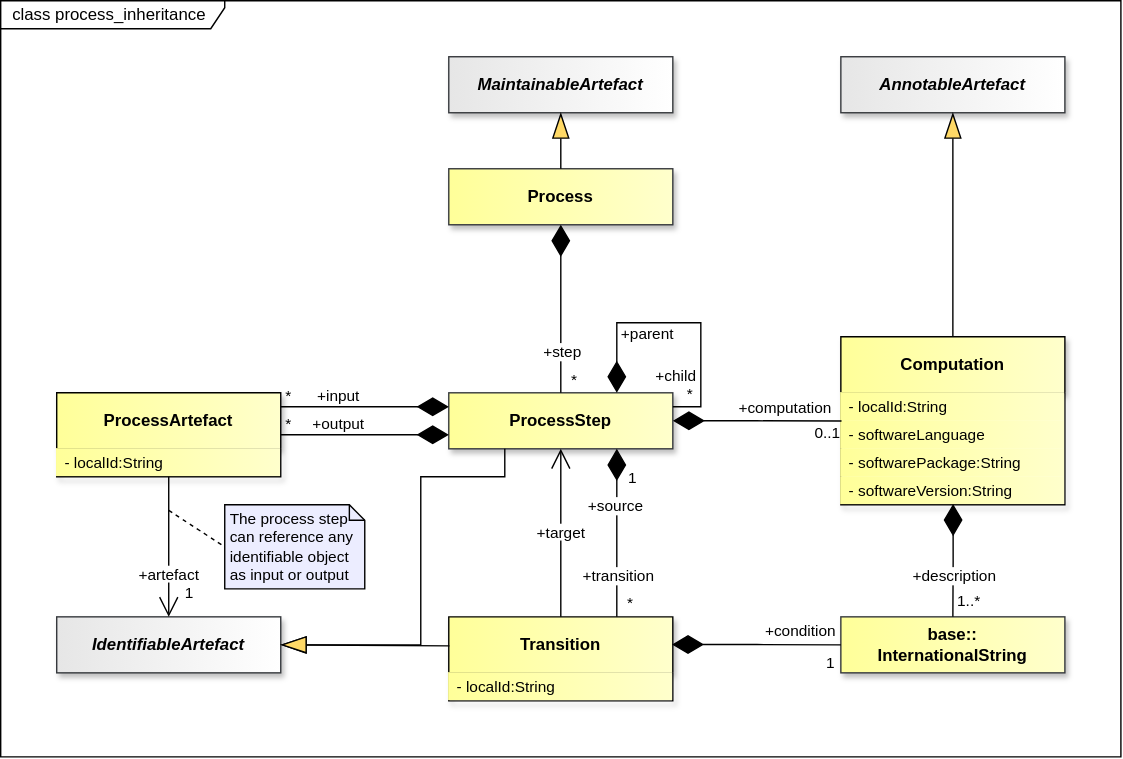
sdmx-twg/sdmx-im keeps this draw.io diagram as docs/information_model/media/sdmx_process-process_inheritance.svg. Above is the earlier version. Source tidied: cells renumbered, new cells last; positions are measured from the earlier drawing's top-left corner, leaving out a move shared by most shapes.
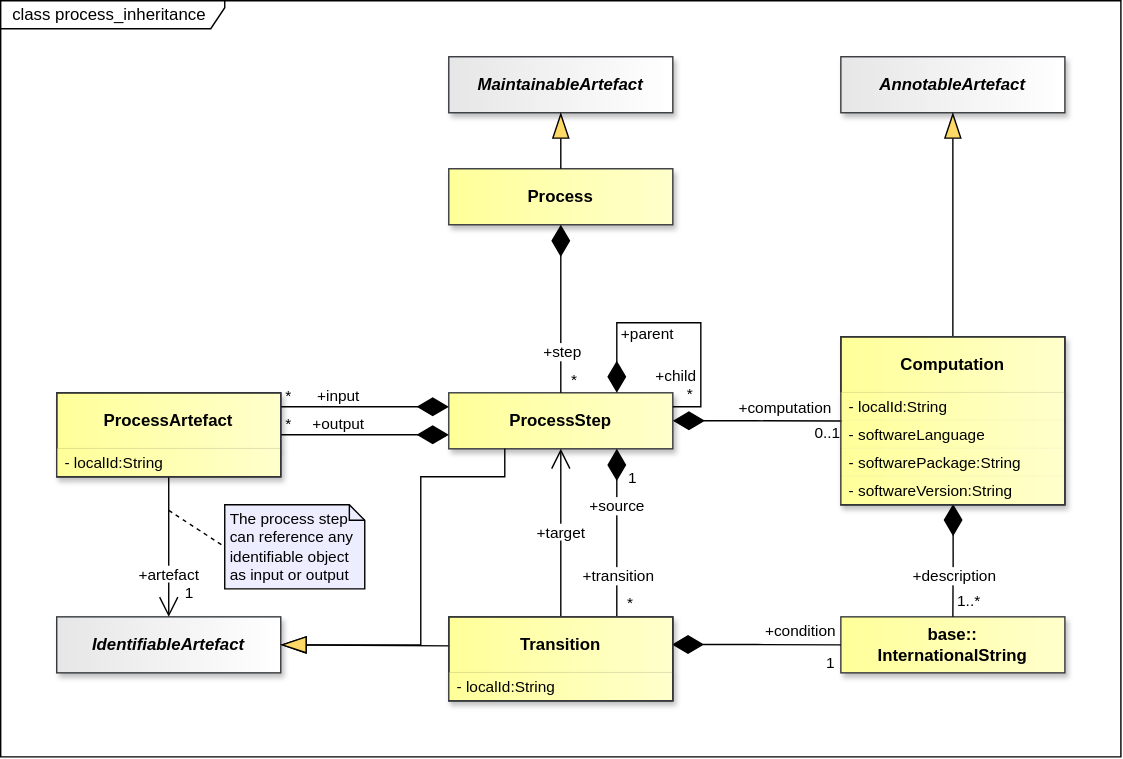
After the change.

What changed in the source:
```diff
@@ -62,28 +62,28 @@
     <mxCell id="21" value="ProcessArtefact" style="swimlane;fontStyle=1;align=center;verticalAlign=middle;horizontal=1;startSize=40;whiteSpace=wrap;html=1;fillColor=light-dark(#FFFF99,#FFFF99);strokeColor=light-dark(#000000,#000000);gradientDirection=east;swimlaneLine=1;fontColor=light-dark(#000000,#000000);labelBackgroundColor=none;textShadow=0;gradientColor=light-dark(#FFFFCC,#FFFFCC);shadow=1;" parent="1" vertex="1">
       <mxGeometry x="40" y="280" width="160" height="60" as="geometry" />
     </mxCell>
-    <mxCell id="22" value="- localId:String" style="text;strokeColor=none;fillColor=light-dark(#FFFF99,#FFFF99);align=left;verticalAlign=middle;spacingLeft=4;spacingRight=4;overflow=hidden;whiteSpace=wrap;html=1;fontFamily=Helvetica;fontSize=11;fontColor=light-dark(#000000,#000000);gradientColor=light-dark(#FFFFCC,#FFFFCC);gradientDirection=east;" parent="21" vertex="1">
+    <mxCell id="22" value="- localId:String" style="text;strokeColor=none;fillColor=light-dark(#FFFF99,#FFFF99);align=left;verticalAlign=middle;spacingLeft=4;spacingRight=4;overflow=hidden;whiteSpace=wrap;html=1;fontFamily=Helvetica;fontSize=11;fontColor=light-dark(#000000,#000000);gradientColor=light-dark(#FFFFCC,#FFFFCC);gradientDirection=east;shadow=1;" parent="21" vertex="1">
       <mxGeometry y="40" width="160" height="20" as="geometry" />
     </mxCell>
     <mxCell id="23" value="Computation" style="swimlane;fontStyle=1;align=center;verticalAlign=middle;horizontal=1;startSize=40;whiteSpace=wrap;html=1;fillColor=light-dark(#FFFF99,#FFFF99);strokeColor=light-dark(#000000,#000000);gradientDirection=east;swimlaneLine=1;fontColor=light-dark(#000000,#000000);labelBackgroundColor=none;textShadow=0;gradientColor=light-dark(#FFFFCC,#FFFFCC);shadow=1;" parent="1" vertex="1">
       <mxGeometry x="600" y="240" width="160" height="120" as="geometry" />
     </mxCell>
-    <mxCell id="24" value="- localId:String" style="text;strokeColor=none;fillColor=light-dark(#FFFF99,#FFFF99);align=left;verticalAlign=middle;spacingLeft=4;spacingRight=4;overflow=hidden;whiteSpace=wrap;html=1;fontSize=11;gradientColor=light-dark(#FFFFCC,#FFFFCC);gradientDirection=east;fontColor=light-dark(#000000,#000000);strokeWidth=0;" parent="23" vertex="1">
+    <mxCell id="24" value="- localId:String" style="text;strokeColor=none;fillColor=light-dark(#FFFF99,#FFFF99);align=left;verticalAlign=middle;spacingLeft=4;spacingRight=4;overflow=hidden;whiteSpace=wrap;html=1;fontSize=11;gradientColor=light-dark(#FFFFCC,#FFFFCC);gradientDirection=east;fontColor=light-dark(#000000,#000000);strokeWidth=0;shadow=1;" parent="23" vertex="1">
       <mxGeometry y="40" width="160" height="20" as="geometry" />
     </mxCell>
-    <mxCell id="25" value="- softwareLanguage" style="text;strokeColor=none;fillColor=light-dark(#FFFF99,#FFFF99);align=left;verticalAlign=middle;spacingLeft=4;spacingRight=4;overflow=hidden;points=[[0,0.5],[1,0.5]];portConstraint=eastwest;whiteSpace=wrap;html=1;fontSize=11;gradientColor=light-dark(#FFFFCC,#FFFFCC);gradientDirection=east;fontColor=light-dark(#000000,#000000);strokeWidth=0;" parent="23" vertex="1">
+    <mxCell id="25" value="- softwareLanguage" style="text;strokeColor=none;fillColor=light-dark(#FFFF99,#FFFF99);align=left;verticalAlign=middle;spacingLeft=4;spacingRight=4;overflow=hidden;points=[[0,0.5],[1,0.5]];portConstraint=eastwest;whiteSpace=wrap;html=1;fontSize=11;gradientColor=light-dark(#FFFFCC,#FFFFCC);gradientDirection=east;fontColor=light-dark(#000000,#000000);strokeWidth=0;shadow=1;" parent="23" vertex="1">
       <mxGeometry y="60" width="160" height="20" as="geometry" />
     </mxCell>
-    <mxCell id="26" value="- softwarePackage:String" style="text;strokeColor=none;fillColor=light-dark(#FFFF99,#FFFF99);align=left;verticalAlign=middle;spacingLeft=4;spacingRight=4;overflow=hidden;whiteSpace=wrap;html=1;fontSize=11;gradientColor=light-dark(#FFFFCC,#FFFFCC);gradientDirection=east;fontColor=light-dark(#000000,#000000);strokeWidth=0;" parent="23" vertex="1">
+    <mxCell id="26" value="- softwarePackage:String" style="text;strokeColor=none;fillColor=light-dark(#FFFF99,#FFFF99);align=left;verticalAlign=middle;spacingLeft=4;spacingRight=4;overflow=hidden;whiteSpace=wrap;html=1;fontSize=11;gradientColor=light-dark(#FFFFCC,#FFFFCC);gradientDirection=east;fontColor=light-dark(#000000,#000000);strokeWidth=0;shadow=1;" parent="23" vertex="1">
       <mxGeometry y="80" width="160" height="20" as="geometry" />
     </mxCell>
-    <mxCell id="27" value="- softwareVersion:String" style="text;strokeColor=none;fillColor=light-dark(#FFFF99,#FFFF99);align=left;verticalAlign=middle;spacingLeft=4;spacingRight=4;overflow=hidden;points=[[0,0.5],[1,0.5]];portConstraint=eastwest;whiteSpace=wrap;html=1;fontSize=11;gradientColor=light-dark(#FFFFCC,#FFFFCC);gradientDirection=east;fontColor=light-dark(#000000,#000000);strokeWidth=0;" parent="23" vertex="1">
+    <mxCell id="27" value="- softwareVersion:String" style="text;strokeColor=none;fillColor=light-dark(#FFFF99,#FFFF99);align=left;verticalAlign=middle;spacingLeft=4;spacingRight=4;overflow=hidden;points=[[0,0.5],[1,0.5]];portConstraint=eastwest;whiteSpace=wrap;html=1;fontSize=11;gradientColor=light-dark(#FFFFCC,#FFFFCC);gradientDirection=east;fontColor=light-dark(#000000,#000000);strokeWidth=0;shadow=1;" parent="23" vertex="1">
       <mxGeometry y="100" width="160" height="20" as="geometry" />
     </mxCell>
     <mxCell id="28" value="Transition" style="swimlane;fontStyle=1;align=center;verticalAlign=middle;horizontal=1;startSize=40;whiteSpace=wrap;html=1;fillColor=light-dark(#FFFF99,#FFFF99);strokeColor=light-dark(#000000,#000000);gradientDirection=east;swimlaneLine=1;fontColor=light-dark(#000000,#000000);labelBackgroundColor=none;textShadow=0;gradientColor=light-dark(#FFFFCC,#FFFFCC);shadow=1;" parent="1" vertex="1">
       <mxGeometry x="320" y="440" width="160" height="60" as="geometry" />
     </mxCell>
-    <mxCell id="29" value="- localId:String" style="text;strokeColor=none;fillColor=light-dark(#FFFF99,#FFFF99);align=left;verticalAlign=middle;spacingLeft=4;spacingRight=4;overflow=hidden;whiteSpace=wrap;html=1;fontFamily=Helvetica;fontSize=11;fontColor=light-dark(#000000,#000000);gradientColor=light-dark(#FFFFCC,#FFFFCC);gradientDirection=east;" parent="28" vertex="1">
+    <mxCell id="29" value="- localId:String" style="text;strokeColor=none;fillColor=light-dark(#FFFF99,#FFFF99);align=left;verticalAlign=middle;spacingLeft=4;spacingRight=4;overflow=hidden;whiteSpace=wrap;html=1;fontFamily=Helvetica;fontSize=11;fontColor=light-dark(#000000,#000000);gradientColor=light-dark(#FFFFCC,#FFFFCC);gradientDirection=east;shadow=1;" parent="28" vertex="1">
       <mxGeometry y="40" width="160" height="20" as="geometry" />
     </mxCell>
     <mxCell id="30" value="IdentifiableArtefact" style="whiteSpace=wrap;html=1;verticalAlign=middle;gradientDirection=east;imageVerticalAlign=top;fontStyle=3;fillColor=light-dark(#E6E6E6,#E6E6E6);strokeColor=#36393d;fontColor=light-dark(#000000,#000000);gradientColor=light-dark(#FFFFFF,#FFFFFF);shadow=1;" parent="1" vertex="1">
@@ -258,5 +258,14 @@
     <mxCell id="67" value="&lt;span style=&quot;background-color: rgb(255, 255, 255);&quot;&gt;+target&lt;/span&gt;" style="endArrow=open;html=1;endSize=12;startArrow=none;startSize=20;startFill=0;edgeStyle=orthogonalEdgeStyle;rounded=0;endFill=0;strokeColor=light-dark(#000000,#FFFFFF);fontColor=light-dark(#000000,#FFFFFF);labelBackgroundColor=none;exitX=0.5;exitY=0;exitDx=0;exitDy=0;entryX=0.5;entryY=1;entryDx=0;entryDy=0;" parent="1" edge="1" source="28" target="20">
       <mxGeometry relative="1" as="geometry" />
     </mxCell>
+    <mxCell id="68" style="rounded=0;whiteSpace=wrap;html=1;fillColor=none;strokeColor=#36393D;" parent="1" vertex="1">
+      <mxGeometry x="40" y="280" width="160" height="60" as="geometry" />
+    </mxCell>
+    <mxCell id="69" style="rounded=0;whiteSpace=wrap;html=1;fillColor=none;strokeColor=#36393D;" parent="1" vertex="1">
+      <mxGeometry x="600" y="240" width="160" height="120" as="geometry" />
+    </mxCell>
+    <mxCell id="70" style="rounded=0;whiteSpace=wrap;html=1;fillColor=none;strokeColor=#36393D;" parent="1" vertex="1">
+      <mxGeometry x="320" y="440" width="160" height="60" as="geometry" />
+    </mxCell>
   </root>
 </mxGraphModel>
```
